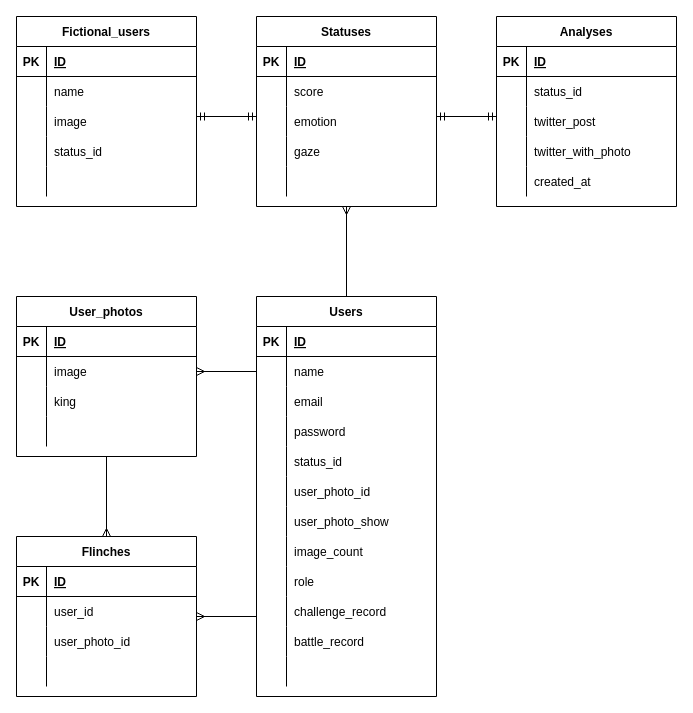
akinari0919/gantobashi keeps this draw.io diagram as er_diagram.dio. Above is the earlier version. Source tidied: cells renumbered, new cells numbered last; positions are measured from the earlier drawing's top-left corner, leaving out a move shared by most shapes. Both pictures are drawn from the tidied source at 100%, with x=0, y=0 at pixel (16, 16).
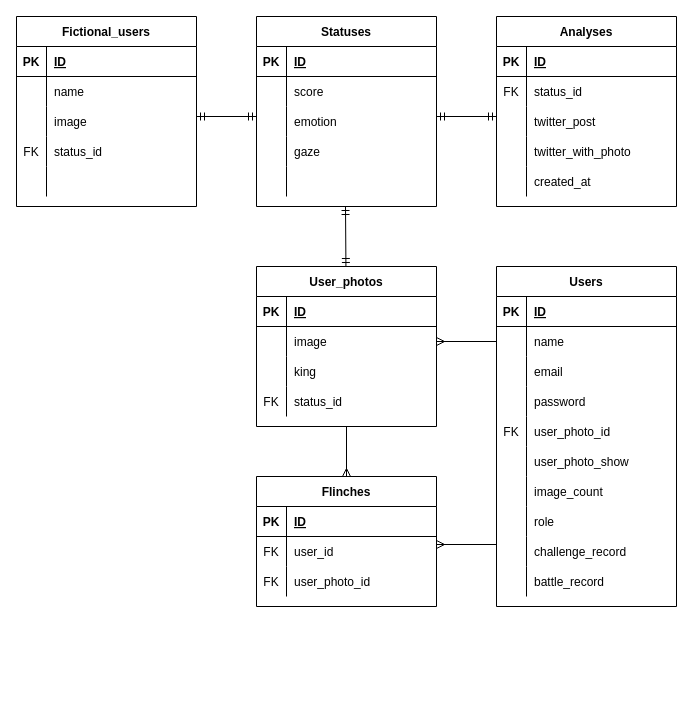
After the change.

Commit message (it also covers changes not shown here):
fix:ER図のリレーションを修正

Unchanged cells that the change refers to:
```xml
<mxCell id="6" style="shape=partialRectangle;fillColor=none;top=0;left=0;bottom=0;right=0;" parent="2" vertex="1">
  <mxGeometry y="60" width="180" height="30" as="geometry" />
</mxCell>
<mxCell id="28" style="shape=partialRectangle;fillColor=none;top=0;left=0;bottom=0;right=0;" parent="18" vertex="1">
  <mxGeometry y="120" width="180" height="30" as="geometry" />
</mxCell>
<mxCell id="97" style="shape=partialRectangle;fillColor=none;top=0;left=0;bottom=0;right=0;" parent="87" vertex="1">
  <mxGeometry y="120" width="180" height="30" as="geometry" />
</mxCell>
<mxCell id="108" style="shape=partialRectangle;fillColor=none;top=0;left=0;bottom=0;right=0;" parent="104" vertex="1">
  <mxGeometry y="60" width="180" height="30" as="geometry" />
</mxCell>
<mxCell id="111" style="shape=partialRectangle;fillColor=none;top=0;left=0;bottom=0;right=0;" parent="104" vertex="1">
  <mxGeometry y="90" width="180" height="30" as="geometry" />
</mxCell>
```

The edit, as a diff of the source:
```diff
@@
-    <mxCell id="7" style="shape=partialRectangle;fillColor=none;top=0;left=0;bottom=0;right=0;overflow=hidden;" parent="6" vertex="1">
+    <mxCell id="7" value="FK" style="shape=partialRectangle;fillColor=none;top=0;left=0;bottom=0;right=0;overflow=hidden;" parent="6" vertex="1">
       <mxGeometry width="30" height="30" as="geometry" />
     </mxCell>
@@
-    <mxCell id="29" style="shape=partialRectangle;fillColor=none;top=0;left=0;bottom=0;right=0;overflow=hidden;" parent="28" vertex="1">
+    <mxCell id="29" value="FK" style="shape=partialRectangle;fillColor=none;top=0;left=0;bottom=0;right=0;overflow=hidden;" parent="28" vertex="1">
       <mxGeometry width="30" height="30" as="geometry" />
     </mxCell>
@@
     <mxCell id="34" value="Users" style="shape=table;startSize=30;childLayout=tableLayout;rowLines=0;fontStyle=1;align=center;" parent="1" vertex="1">
-      <mxGeometry x="240" y="280" width="180" height="400" as="geometry" />
+      <mxGeometry x="480" y="250" width="180" height="340" as="geometry" />
     </mxCell>
@@
-    <mxCell id="47" style="shape=partialRectangle;fillColor=none;top=0;left=0;bottom=0;right=0;" parent="34" vertex="1">
-      <mxGeometry y="150" width="180" height="30" as="geometry" />
-    </mxCell>
-    <mxCell id="48" style="shape=partialRectangle;fillColor=none;top=0;left=0;bottom=0;right=0;overflow=hidden;" parent="47" vertex="1">
-      <mxGeometry width="30" height="30" as="geometry" />
-    </mxCell>
-    <mxCell id="49" value="status_id" style="shape=partialRectangle;fillColor=none;top=0;left=0;bottom=0;right=0;align=left;spacingLeft=6;overflow=hidden;" parent="47" vertex="1">
-      <mxGeometry x="30" width="150" height="30" as="geometry" />
-    </mxCell>
     <mxCell id="50" style="shape=partialRectangle;fillColor=none;top=0;left=0;bottom=0;right=0;" parent="34" vertex="1">
-      <mxGeometry y="180" width="180" height="30" as="geometry" />
+      <mxGeometry y="150" width="180" height="30" as="geometry" />
     </mxCell>
-    <mxCell id="51" style="shape=partialRectangle;fillColor=none;top=0;left=0;bottom=0;right=0;overflow=hidden;" parent="50" vertex="1">
+    <mxCell id="51" value="FK" style="shape=partialRectangle;fillColor=none;top=0;left=0;bottom=0;right=0;overflow=hidden;" parent="50" vertex="1">
       <mxGeometry width="30" height="30" as="geometry" />
     </mxCell>
@@
     <mxCell id="53" style="shape=partialRectangle;fillColor=none;top=0;left=0;bottom=0;right=0;" parent="34" vertex="1">
-      <mxGeometry y="210" width="180" height="30" as="geometry" />
+      <mxGeometry y="180" width="180" height="30" as="geometry" />
     </mxCell>
@@
     <mxCell id="56" style="shape=partialRectangle;fillColor=none;top=0;left=0;bottom=0;right=0;" parent="34" vertex="1">
-      <mxGeometry y="240" width="180" height="30" as="geometry" />
+      <mxGeometry y="210" width="180" height="30" as="geometry" />
     </mxCell>
@@
     <mxCell id="59" style="shape=partialRectangle;fillColor=none;top=0;left=0;bottom=0;right=0;" parent="34" vertex="1">
-      <mxGeometry y="270" width="180" height="30" as="geometry" />
+      <mxGeometry y="240" width="180" height="30" as="geometry" />
     </mxCell>
@@
     <mxCell id="62" style="shape=partialRectangle;fillColor=none;top=0;left=0;bottom=0;right=0;" parent="34" vertex="1">
-      <mxGeometry y="300" width="180" height="30" as="geometry" />
+      <mxGeometry y="270" width="180" height="30" as="geometry" />
     </mxCell>
@@
     <mxCell id="65" style="shape=partialRectangle;fillColor=none;top=0;left=0;bottom=0;right=0;" parent="34" vertex="1">
-      <mxGeometry y="330" width="180" height="30" as="geometry" />
+      <mxGeometry y="300" width="180" height="30" as="geometry" />
     </mxCell>
@@
-    <mxCell id="68" style="shape=partialRectangle;fillColor=none;top=0;left=0;bottom=0;right=0;" parent="34" vertex="1">
-      <mxGeometry y="360" width="180" height="30" as="geometry" />
-    </mxCell>
-    <mxCell id="69" style="shape=partialRectangle;fillColor=none;top=0;left=0;bottom=0;right=0;overflow=hidden;" parent="68" vertex="1">
-      <mxGeometry width="30" height="30" as="geometry" />
-    </mxCell>
-    <mxCell id="70" style="shape=partialRectangle;fillColor=none;top=0;left=0;bottom=0;right=0;align=left;spacingLeft=6;overflow=hidden;" parent="68" vertex="1">
-      <mxGeometry x="30" width="150" height="30" as="geometry" />
-    </mxCell>
@@
     <mxCell id="87" value="User_photos" style="shape=table;startSize=30;childLayout=tableLayout;rowLines=0;fontStyle=1;align=center;" parent="1" vertex="1">
-      <mxGeometry y="280" width="180" height="160" as="geometry" />
+      <mxGeometry x="240" y="250" width="180" height="160" as="geometry" />
     </mxCell>
@@
-    <mxCell id="98" style="shape=partialRectangle;fillColor=none;top=0;left=0;bottom=0;right=0;overflow=hidden;" parent="97" vertex="1">
+    <mxCell id="98" value="FK" style="shape=partialRectangle;fillColor=none;top=0;left=0;bottom=0;right=0;overflow=hidden;" parent="97" vertex="1">
       <mxGeometry width="30" height="30" as="geometry" />
     </mxCell>
-    <mxCell id="99" style="shape=partialRectangle;fillColor=none;top=0;left=0;bottom=0;right=0;align=left;spacingLeft=6;overflow=hidden;" parent="97" vertex="1">
+    <mxCell id="99" value="status_id" style="shape=partialRectangle;fillColor=none;top=0;left=0;bottom=0;right=0;align=left;spacingLeft=6;overflow=hidden;" parent="97" vertex="1">
       <mxGeometry x="30" width="150" height="30" as="geometry" />
     </mxCell>
@@
-    <mxCell id="102" style="fontSize=12;html=1;endArrow=ERmany;exitX=0.5;exitY=0;exitDx=0;exitDy=0;" parent="1" edge="1" source="34">
-      <mxGeometry relative="1" as="geometry">
-        <mxPoint x="330" y="190" as="targetPoint" />
-      </mxGeometry>
-    </mxCell>
@@
     <mxCell id="104" value="Flinches" style="shape=table;startSize=30;childLayout=tableLayout;rowLines=0;fontStyle=1;align=center;" parent="1" vertex="1">
-      <mxGeometry y="520" width="180" height="160" as="geometry" />
+      <mxGeometry x="240" y="460" width="180" height="130" as="geometry" />
     </mxCell>
@@
-    <mxCell id="109" style="shape=partialRectangle;fillColor=none;top=0;left=0;bottom=0;right=0;overflow=hidden;" parent="108" vertex="1">
+    <mxCell id="109" value="FK" style="shape=partialRectangle;fillColor=none;top=0;left=0;bottom=0;right=0;overflow=hidden;" parent="108" vertex="1">
       <mxGeometry width="30" height="30" as="geometry" />
     </mxCell>
@@
-    <mxCell id="112" style="shape=partialRectangle;fillColor=none;top=0;left=0;bottom=0;right=0;overflow=hidden;" parent="111" vertex="1">
+    <mxCell id="112" value="FK" style="shape=partialRectangle;fillColor=none;top=0;left=0;bottom=0;right=0;overflow=hidden;" parent="111" vertex="1">
       <mxGeometry width="30" height="30" as="geometry" />
     </mxCell>
@@
-    <mxCell id="114" style="shape=partialRectangle;fillColor=none;top=0;left=0;bottom=0;right=0;" parent="104" vertex="1">
-      <mxGeometry y="120" width="180" height="30" as="geometry" />
-    </mxCell>
-    <mxCell id="115" style="shape=partialRectangle;fillColor=none;top=0;left=0;bottom=0;right=0;overflow=hidden;" parent="114" vertex="1">
-      <mxGeometry width="30" height="30" as="geometry" />
-    </mxCell>
-    <mxCell id="116" style="shape=partialRectangle;fillColor=none;top=0;left=0;bottom=0;right=0;align=left;spacingLeft=6;overflow=hidden;" parent="114" vertex="1">
-      <mxGeometry x="30" width="150" height="30" as="geometry" />
-    </mxCell>
     <mxCell id="117" style="fontSize=12;html=1;endArrow=ERmany;" parent="1" edge="1">
       <mxGeometry relative="1" as="geometry">
-        <mxPoint x="240" y="600" as="sourcePoint" />
-        <mxPoint x="180" y="600" as="targetPoint" />
+        <mxPoint x="480" y="528" as="sourcePoint" />
+        <mxPoint x="420" y="528" as="targetPoint" />
       </mxGeometry>
     </mxCell>
     <mxCell id="118" style="fontSize=12;html=1;endArrow=ERmany;entryX=0.5;entryY=0;entryDx=0;entryDy=0;" parent="1" edge="1" target="104">
       <mxGeometry relative="1" as="geometry">
-        <mxPoint x="90" y="440" as="sourcePoint" />
+        <mxPoint x="330" y="410" as="sourcePoint" />
       </mxGeometry>
     </mxCell>
+    <mxCell id="119" style="fontSize=12;html=1;endArrow=ERmandOne;startArrow=ERmandOne;" parent="1" edge="1" source="87">
+      <mxGeometry relative="1" as="geometry">
+        <mxPoint x="329" y="190" as="targetPoint" />
+      </mxGeometry>
+    </mxCell>
```
